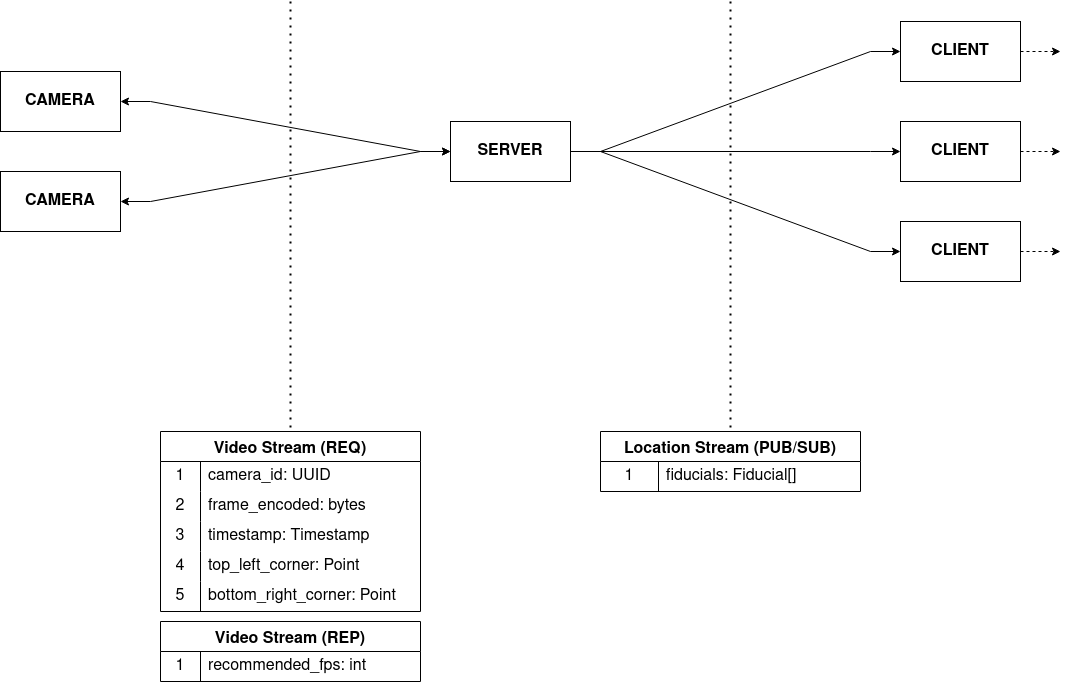
This is res/architecture.png from mahyarmirrashed/fiducial-tracker, a draw.io export, as it was before one commit. Source tidied: cells renumbered, new cells last; positions are measured from the earlier drawing's top-left corner, leaving out a move shared by most shapes. Its diagram source:
```xml
<mxGraphModel>
  <root>
    <mxCell id="0" />
    <mxCell id="1" parent="0" />
    <mxCell id="2" value="&lt;div style=&quot;font-size: 16px;&quot;&gt;SERVER&lt;/div&gt;" style="rounded=0;whiteSpace=wrap;html=1;fontSize=16;fontStyle=1;" parent="1" vertex="1">
      <mxGeometry x="450" y="120" width="120" height="60" as="geometry" />
    </mxCell>
    <mxCell id="3" value="CLIENT" style="rounded=0;whiteSpace=wrap;html=1;fontSize=16;fontStyle=1;" parent="1" vertex="1">
      <mxGeometry x="900" y="120" width="120" height="60" as="geometry" />
    </mxCell>
    <mxCell id="4" value="CLIENT" style="rounded=0;whiteSpace=wrap;html=1;fontSize=16;fontStyle=1;" parent="1" vertex="1">
      <mxGeometry x="900" y="20" width="120" height="60" as="geometry" />
    </mxCell>
    <mxCell id="5" value="CLIENT" style="rounded=0;whiteSpace=wrap;html=1;fontSize=16;fontStyle=1;" parent="1" vertex="1">
      <mxGeometry x="900" y="220" width="120" height="60" as="geometry" />
    </mxCell>
    <mxCell id="6" value="CAMERA" style="rounded=0;whiteSpace=wrap;html=1;fontSize=16;fontStyle=1;" parent="1" vertex="1">
      <mxGeometry y="170" width="120" height="60" as="geometry" />
    </mxCell>
    <mxCell id="7" value="CAMERA" style="rounded=0;whiteSpace=wrap;html=1;fontSize=16;fontStyle=1;" parent="1" vertex="1">
      <mxGeometry y="70" width="120" height="60" as="geometry" />
    </mxCell>
    <mxCell id="8" style="endArrow=classic;html=1;rounded=0;edgeStyle=entityRelationEdgeStyle;startArrow=classic;startFill=1;" parent="1" edge="1" source="7" target="2">
      <mxGeometry relative="1" as="geometry" />
    </mxCell>
    <mxCell id="9" style="endArrow=classic;html=1;rounded=0;edgeStyle=entityRelationEdgeStyle;startArrow=classic;startFill=1;" parent="1" edge="1" source="6" target="2">
      <mxGeometry relative="1" as="geometry" />
    </mxCell>
    <mxCell id="10" style="endArrow=classic;html=1;rounded=0;edgeStyle=entityRelationEdgeStyle;" parent="1" edge="1" source="2" target="4">
      <mxGeometry relative="1" as="geometry" />
    </mxCell>
    <mxCell id="11" style="endArrow=classic;html=1;rounded=0;edgeStyle=entityRelationEdgeStyle;" parent="1" edge="1" source="2" target="3">
      <mxGeometry relative="1" as="geometry" />
    </mxCell>
    <mxCell id="12" style="endArrow=classic;html=1;rounded=0;edgeStyle=entityRelationEdgeStyle;" parent="1" edge="1" source="2" target="5">
      <mxGeometry relative="1" as="geometry" />
    </mxCell>
    <mxCell id="13" style="endArrow=classic;html=1;rounded=0;dashed=1;" parent="1" edge="1" source="4">
      <mxGeometry relative="1" as="geometry">
        <mxPoint x="1060" y="50" as="targetPoint" />
      </mxGeometry>
    </mxCell>
    <mxCell id="14" style="endArrow=classic;html=1;rounded=0;dashed=1;" parent="1" edge="1" source="3">
      <mxGeometry relative="1" as="geometry">
        <mxPoint x="1060" y="150" as="targetPoint" />
      </mxGeometry>
    </mxCell>
    <mxCell id="15" style="endArrow=classic;html=1;rounded=0;dashed=1;" parent="1" edge="1" source="5">
      <mxGeometry relative="1" as="geometry">
        <mxPoint x="1060" y="250" as="targetPoint" />
      </mxGeometry>
    </mxCell>
    <mxCell id="16" value="Video Stream (REQ)" style="shape=table;startSize=30;rowLines=0;fontStyle=1;strokeColor=default;fontSize=16;" parent="1" vertex="1">
      <mxGeometry x="160" y="430" width="260" height="180" as="geometry" />
    </mxCell>
    <mxCell id="17" style="shape=tableRow;horizontal=0;startSize=0;swimlaneHead=0;swimlaneBody=0;top=0;left=0;bottom=0;right=0;fillColor=none;strokeColor=inherit;fontSize=16;" parent="16" vertex="1">
      <mxGeometry y="30" width="260" height="30" as="geometry" />
    </mxCell>
    <mxCell id="18" value="1" style="shape=partialRectangle;html=1;whiteSpace=wrap;fillColor=none;top=0;left=0;bottom=0;right=0;overflow=hidden;strokeColor=inherit;fontSize=16;" parent="17" vertex="1">
      <mxGeometry width="40" height="30" as="geometry" />
    </mxCell>
    <mxCell id="19" value="camera_id: UUID" style="shape=partialRectangle;html=1;whiteSpace=wrap;fillColor=none;top=0;left=0;bottom=0;right=0;align=left;spacingLeft=6;overflow=hidden;strokeColor=inherit;fontSize=16;" parent="17" vertex="1">
      <mxGeometry x="40" width="220" height="30" as="geometry" />
    </mxCell>
    <mxCell id="20" style="shape=tableRow;horizontal=0;startSize=0;swimlaneHead=0;swimlaneBody=0;top=0;left=0;bottom=0;right=0;fillColor=none;strokeColor=inherit;fontSize=16;" parent="16" vertex="1">
      <mxGeometry y="60" width="260" height="30" as="geometry" />
    </mxCell>
    <mxCell id="21" value="2" style="shape=partialRectangle;html=1;whiteSpace=wrap;fillColor=none;top=0;left=0;bottom=0;right=0;overflow=hidden;strokeColor=inherit;fontSize=16;" parent="20" vertex="1">
      <mxGeometry width="40" height="30" as="geometry" />
    </mxCell>
    <mxCell id="22" value="frame_encoded: bytes" style="shape=partialRectangle;html=1;whiteSpace=wrap;fillColor=none;top=0;left=0;bottom=0;right=0;align=left;spacingLeft=6;overflow=hidden;strokeColor=inherit;fontSize=16;" parent="20" vertex="1">
      <mxGeometry x="40" width="220" height="30" as="geometry" />
    </mxCell>
    <mxCell id="23" style="shape=tableRow;horizontal=0;startSize=0;swimlaneHead=0;swimlaneBody=0;top=0;left=0;bottom=0;right=0;fillColor=none;strokeColor=inherit;fontSize=16;" parent="16" vertex="1">
      <mxGeometry y="90" width="260" height="30" as="geometry" />
    </mxCell>
    <mxCell id="24" value="3" style="shape=partialRectangle;html=1;whiteSpace=wrap;fillColor=none;top=0;left=0;bottom=0;right=0;overflow=hidden;strokeColor=inherit;fontSize=16;" parent="23" vertex="1">
      <mxGeometry width="40" height="30" as="geometry" />
    </mxCell>
    <mxCell id="25" value="timestamp: Timestamp" style="shape=partialRectangle;html=1;whiteSpace=wrap;fillColor=none;top=0;left=0;bottom=0;right=0;align=left;spacingLeft=6;overflow=hidden;strokeColor=inherit;fontSize=16;" parent="23" vertex="1">
      <mxGeometry x="40" width="220" height="30" as="geometry" />
    </mxCell>
    <mxCell id="26" style="shape=tableRow;horizontal=0;startSize=0;swimlaneHead=0;swimlaneBody=0;top=0;left=0;bottom=0;right=0;fillColor=none;strokeColor=inherit;fontSize=16;" parent="16" vertex="1">
      <mxGeometry y="120" width="260" height="30" as="geometry" />
    </mxCell>
    <mxCell id="27" value="4" style="shape=partialRectangle;html=1;whiteSpace=wrap;fillColor=none;top=0;left=0;bottom=0;right=0;overflow=hidden;strokeColor=inherit;fontSize=16;" parent="26" vertex="1">
      <mxGeometry width="40" height="30" as="geometry" />
    </mxCell>
    <mxCell id="28" value="top_left_corner: Point" style="shape=partialRectangle;html=1;whiteSpace=wrap;fillColor=none;top=0;left=0;bottom=0;right=0;align=left;spacingLeft=6;overflow=hidden;strokeColor=inherit;fontSize=16;" parent="26" vertex="1">
      <mxGeometry x="40" width="220" height="30" as="geometry" />
    </mxCell>
    <mxCell id="29" style="shape=tableRow;horizontal=0;startSize=0;swimlaneHead=0;swimlaneBody=0;top=0;left=0;bottom=0;right=0;fillColor=none;strokeColor=inherit;fontSize=16;" parent="16" vertex="1">
      <mxGeometry y="150" width="260" height="30" as="geometry" />
    </mxCell>
    <mxCell id="30" value="5" style="shape=partialRectangle;html=1;whiteSpace=wrap;fillColor=none;top=0;left=0;bottom=0;right=0;overflow=hidden;strokeColor=inherit;fontSize=16;" parent="29" vertex="1">
      <mxGeometry width="40" height="30" as="geometry" />
    </mxCell>
    <mxCell id="31" value="bottom_right_corner: Point" style="shape=partialRectangle;html=1;whiteSpace=wrap;fillColor=none;top=0;left=0;bottom=0;right=0;align=left;spacingLeft=6;overflow=hidden;strokeColor=inherit;fontSize=16;" parent="29" vertex="1">
      <mxGeometry x="40" width="220" height="30" as="geometry" />
    </mxCell>
    <mxCell id="32" style="shape=tableRow;horizontal=0;startSize=0;swimlaneHead=0;swimlaneBody=0;top=0;left=0;bottom=0;right=0;fillColor=none;strokeColor=inherit;fontSize=16;" parent="1" vertex="1">
      <mxGeometry x="200" y="630" width="180" height="30" as="geometry" />
    </mxCell>
    <mxCell id="33" style="shape=tableRow;horizontal=0;startSize=0;swimlaneHead=0;swimlaneBody=0;top=0;left=0;bottom=0;right=0;fillColor=none;strokeColor=inherit;fontSize=16;" parent="1" vertex="1">
      <mxGeometry x="200" y="660" width="180" height="30" as="geometry" />
    </mxCell>
    <mxCell id="34" value="Location Stream (PUB/SUB)" style="shape=table;startSize=30;rowLines=0;fontStyle=1;strokeColor=default;fontSize=16;" parent="1" vertex="1">
      <mxGeometry x="600" y="430" width="260" height="60" as="geometry" />
    </mxCell>
    <mxCell id="35" style="shape=tableRow;horizontal=0;startSize=0;swimlaneHead=0;swimlaneBody=0;top=0;left=0;bottom=0;right=0;fillColor=none;strokeColor=inherit;fontSize=16;" parent="34" vertex="1">
      <mxGeometry y="30" width="260" height="30" as="geometry" />
    </mxCell>
    <mxCell id="36" value="1" style="shape=partialRectangle;html=1;whiteSpace=wrap;fillColor=none;top=0;left=0;bottom=0;right=0;overflow=hidden;strokeColor=inherit;fontSize=16;" parent="35" vertex="1">
      <mxGeometry width="58" height="30" as="geometry" />
    </mxCell>
    <mxCell id="37" value="fiducials: Fiducial[]" style="shape=partialRectangle;html=1;whiteSpace=wrap;fillColor=none;top=0;left=0;bottom=0;right=0;align=left;spacingLeft=6;overflow=hidden;strokeColor=inherit;fontSize=16;" parent="35" vertex="1">
      <mxGeometry x="58" width="202" height="30" as="geometry" />
    </mxCell>
    <mxCell id="38" value="Video Stream (REP)" style="shape=table;startSize=30;rowLines=0;fontStyle=1;strokeColor=default;fontSize=16;" parent="1" vertex="1">
      <mxGeometry x="160" y="620" width="260" height="60" as="geometry" />
    </mxCell>
    <mxCell id="39" style="shape=tableRow;horizontal=0;startSize=0;swimlaneHead=0;swimlaneBody=0;top=0;left=0;bottom=0;right=0;fillColor=none;strokeColor=inherit;fontSize=16;" parent="38" vertex="1">
      <mxGeometry y="30" width="260" height="30" as="geometry" />
    </mxCell>
    <mxCell id="40" value="1" style="shape=partialRectangle;html=1;whiteSpace=wrap;fillColor=none;top=0;left=0;bottom=0;right=0;overflow=hidden;strokeColor=inherit;fontSize=16;" parent="39" vertex="1">
      <mxGeometry width="40" height="30" as="geometry" />
    </mxCell>
    <mxCell id="41" value="recommended_fps: int" style="shape=partialRectangle;html=1;whiteSpace=wrap;fillColor=none;top=0;left=0;bottom=0;right=0;align=left;spacingLeft=6;overflow=hidden;strokeColor=inherit;fontSize=16;" parent="39" vertex="1">
      <mxGeometry x="40" width="220" height="30" as="geometry" />
    </mxCell>
    <mxCell id="42" style="endArrow=none;dashed=1;html=1;dashPattern=1 3;strokeWidth=2;rounded=0;fontSize=16;entryX=0.5;entryY=0;entryDx=0;entryDy=0;" parent="1" edge="1" target="16">
      <mxGeometry relative="1" as="geometry">
        <mxPoint x="290" as="sourcePoint" />
      </mxGeometry>
    </mxCell>
    <mxCell id="43" style="endArrow=none;dashed=1;html=1;dashPattern=1 3;strokeWidth=2;rounded=0;fontSize=16;entryX=0.5;entryY=0;entryDx=0;entryDy=0;" parent="1" edge="1" target="34">
      <mxGeometry relative="1" as="geometry">
        <mxPoint x="730" as="sourcePoint" />
      </mxGeometry>
    </mxCell>
  </root>
</mxGraphModel>
```
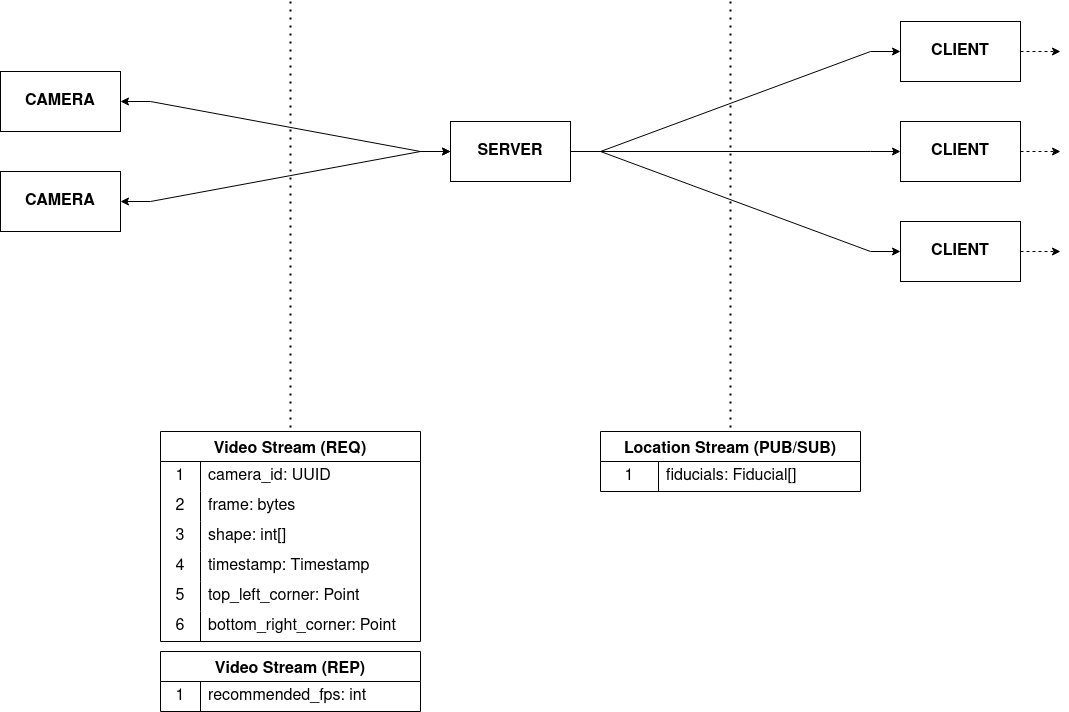
The same diagram one commit later.

Commit message:
chore: update diagram to reflect video stream protocol changes

The edit, as a diff of the source:
```diff
@@ -51,7 +51,7 @@
       </mxGeometry>
     </mxCell>
     <mxCell id="16" value="Video Stream (REQ)" style="shape=table;startSize=30;rowLines=0;fontStyle=1;strokeColor=default;fontSize=16;" parent="1" vertex="1">
-      <mxGeometry x="160" y="430" width="260" height="180" as="geometry" />
+      <mxGeometry x="160" y="430" width="260" height="210" as="geometry" />
     </mxCell>
     <mxCell id="17" style="shape=tableRow;horizontal=0;startSize=0;swimlaneHead=0;swimlaneBody=0;top=0;left=0;bottom=0;right=0;fillColor=none;strokeColor=inherit;fontSize=16;" parent="16" vertex="1">
       <mxGeometry y="30" width="260" height="30" as="geometry" />
@@ -68,7 +68,7 @@
     <mxCell id="21" value="2" style="shape=partialRectangle;html=1;whiteSpace=wrap;fillColor=none;top=0;left=0;bottom=0;right=0;overflow=hidden;strokeColor=inherit;fontSize=16;" parent="20" vertex="1">
       <mxGeometry width="40" height="30" as="geometry" />
     </mxCell>
-    <mxCell id="22" value="frame_encoded: bytes" style="shape=partialRectangle;html=1;whiteSpace=wrap;fillColor=none;top=0;left=0;bottom=0;right=0;align=left;spacingLeft=6;overflow=hidden;strokeColor=inherit;fontSize=16;" parent="20" vertex="1">
+    <mxCell id="22" value="frame: bytes" style="shape=partialRectangle;html=1;whiteSpace=wrap;fillColor=none;top=0;left=0;bottom=0;right=0;align=left;spacingLeft=6;overflow=hidden;strokeColor=inherit;fontSize=16;" parent="20" vertex="1">
       <mxGeometry x="40" width="220" height="30" as="geometry" />
     </mxCell>
     <mxCell id="23" style="shape=tableRow;horizontal=0;startSize=0;swimlaneHead=0;swimlaneBody=0;top=0;left=0;bottom=0;right=0;fillColor=none;strokeColor=inherit;fontSize=16;" parent="16" vertex="1">
@@ -77,7 +77,7 @@
     <mxCell id="24" value="3" style="shape=partialRectangle;html=1;whiteSpace=wrap;fillColor=none;top=0;left=0;bottom=0;right=0;overflow=hidden;strokeColor=inherit;fontSize=16;" parent="23" vertex="1">
       <mxGeometry width="40" height="30" as="geometry" />
     </mxCell>
-    <mxCell id="25" value="timestamp: Timestamp" style="shape=partialRectangle;html=1;whiteSpace=wrap;fillColor=none;top=0;left=0;bottom=0;right=0;align=left;spacingLeft=6;overflow=hidden;strokeColor=inherit;fontSize=16;" parent="23" vertex="1">
+    <mxCell id="25" value="shape: int[]" style="shape=partialRectangle;html=1;whiteSpace=wrap;fillColor=none;top=0;left=0;bottom=0;right=0;align=left;spacingLeft=6;overflow=hidden;strokeColor=inherit;fontSize=16;" parent="23" vertex="1">
       <mxGeometry x="40" width="220" height="30" as="geometry" />
     </mxCell>
     <mxCell id="26" style="shape=tableRow;horizontal=0;startSize=0;swimlaneHead=0;swimlaneBody=0;top=0;left=0;bottom=0;right=0;fillColor=none;strokeColor=inherit;fontSize=16;" parent="16" vertex="1">
@@ -86,7 +86,7 @@
     <mxCell id="27" value="4" style="shape=partialRectangle;html=1;whiteSpace=wrap;fillColor=none;top=0;left=0;bottom=0;right=0;overflow=hidden;strokeColor=inherit;fontSize=16;" parent="26" vertex="1">
       <mxGeometry width="40" height="30" as="geometry" />
     </mxCell>
-    <mxCell id="28" value="top_left_corner: Point" style="shape=partialRectangle;html=1;whiteSpace=wrap;fillColor=none;top=0;left=0;bottom=0;right=0;align=left;spacingLeft=6;overflow=hidden;strokeColor=inherit;fontSize=16;" parent="26" vertex="1">
+    <mxCell id="28" value="timestamp: Timestamp" style="shape=partialRectangle;html=1;whiteSpace=wrap;fillColor=none;top=0;left=0;bottom=0;right=0;align=left;spacingLeft=6;overflow=hidden;strokeColor=inherit;fontSize=16;" parent="26" vertex="1">
       <mxGeometry x="40" width="220" height="30" as="geometry" />
     </mxCell>
     <mxCell id="29" style="shape=tableRow;horizontal=0;startSize=0;swimlaneHead=0;swimlaneBody=0;top=0;left=0;bottom=0;right=0;fillColor=none;strokeColor=inherit;fontSize=16;" parent="16" vertex="1">
@@ -95,9 +95,18 @@
     <mxCell id="30" value="5" style="shape=partialRectangle;html=1;whiteSpace=wrap;fillColor=none;top=0;left=0;bottom=0;right=0;overflow=hidden;strokeColor=inherit;fontSize=16;" parent="29" vertex="1">
       <mxGeometry width="40" height="30" as="geometry" />
     </mxCell>
-    <mxCell id="31" value="bottom_right_corner: Point" style="shape=partialRectangle;html=1;whiteSpace=wrap;fillColor=none;top=0;left=0;bottom=0;right=0;align=left;spacingLeft=6;overflow=hidden;strokeColor=inherit;fontSize=16;" parent="29" vertex="1">
+    <mxCell id="31" value="top_left_corner: Point" style="shape=partialRectangle;html=1;whiteSpace=wrap;fillColor=none;top=0;left=0;bottom=0;right=0;align=left;spacingLeft=6;overflow=hidden;strokeColor=inherit;fontSize=16;" parent="29" vertex="1">
       <mxGeometry x="40" width="220" height="30" as="geometry" />
     </mxCell>
+    <mxCell id="44" style="shape=tableRow;horizontal=0;startSize=0;swimlaneHead=0;swimlaneBody=0;top=0;left=0;bottom=0;right=0;fillColor=none;strokeColor=inherit;fontSize=16;" parent="16" vertex="1">
+      <mxGeometry y="180" width="260" height="30" as="geometry" />
+    </mxCell>
+    <mxCell id="45" value="6" style="shape=partialRectangle;html=1;whiteSpace=wrap;fillColor=none;top=0;left=0;bottom=0;right=0;overflow=hidden;strokeColor=inherit;fontSize=16;" parent="44" vertex="1">
+      <mxGeometry width="40" height="30" as="geometry" />
+    </mxCell>
+    <mxCell id="46" value="bottom_right_corner: Point" style="shape=partialRectangle;html=1;whiteSpace=wrap;fillColor=none;top=0;left=0;bottom=0;right=0;align=left;spacingLeft=6;overflow=hidden;strokeColor=inherit;fontSize=16;" parent="44" vertex="1">
+      <mxGeometry x="40" width="220" height="30" as="geometry" />
+    </mxCell>
     <mxCell id="32" style="shape=tableRow;horizontal=0;startSize=0;swimlaneHead=0;swimlaneBody=0;top=0;left=0;bottom=0;right=0;fillColor=none;strokeColor=inherit;fontSize=16;" parent="1" vertex="1">
       <mxGeometry x="200" y="630" width="180" height="30" as="geometry" />
     </mxCell>
@@ -117,7 +126,7 @@
       <mxGeometry x="58" width="202" height="30" as="geometry" />
     </mxCell>
     <mxCell id="38" value="Video Stream (REP)" style="shape=table;startSize=30;rowLines=0;fontStyle=1;strokeColor=default;fontSize=16;" parent="1" vertex="1">
-      <mxGeometry x="160" y="620" width="260" height="60" as="geometry" />
+      <mxGeometry x="160" y="650" width="260" height="60" as="geometry" />
     </mxCell>
     <mxCell id="39" style="shape=tableRow;horizontal=0;startSize=0;swimlaneHead=0;swimlaneBody=0;top=0;left=0;bottom=0;right=0;fillColor=none;strokeColor=inherit;fontSize=16;" parent="38" vertex="1">
       <mxGeometry y="30" width="260" height="30" as="geometry" />
```
